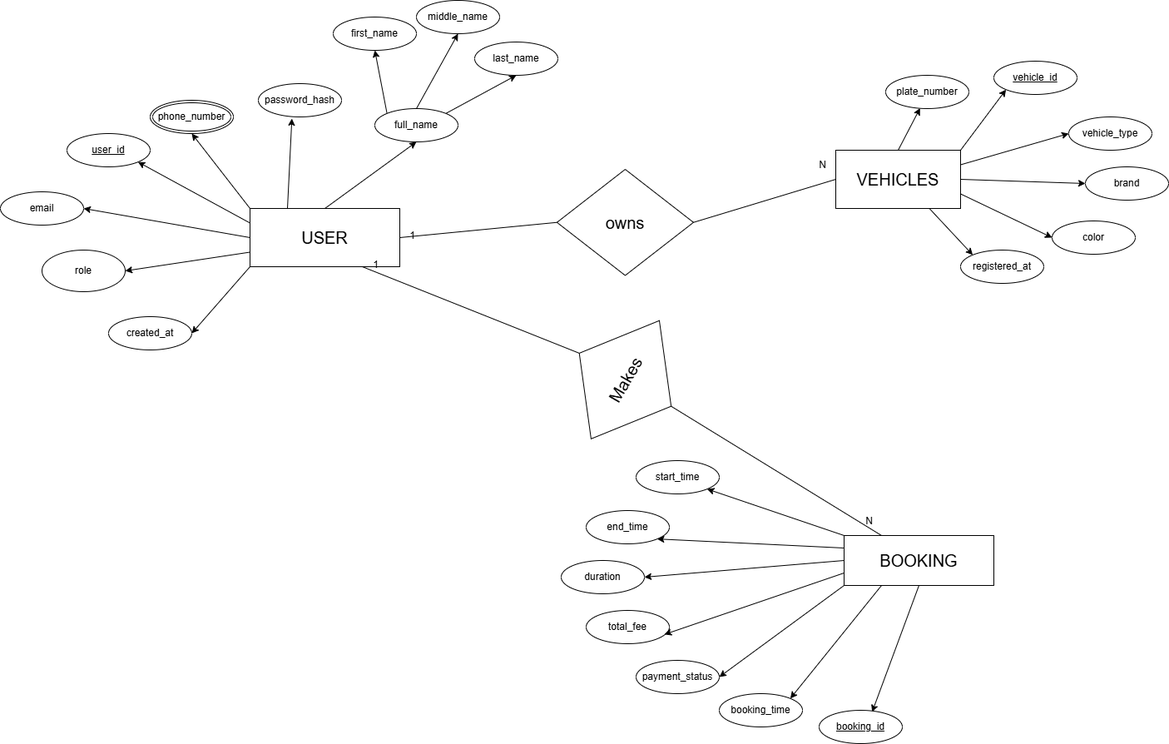
This is diagrams/erd.png from A-proG-spec/AASTU-DB-Project-Group-2, a draw.io export, as it was before one commit. Source tidied: cells renumbered, new cells last; positions are measured from the earlier drawing's top-left corner, leaving out a move shared by most shapes.
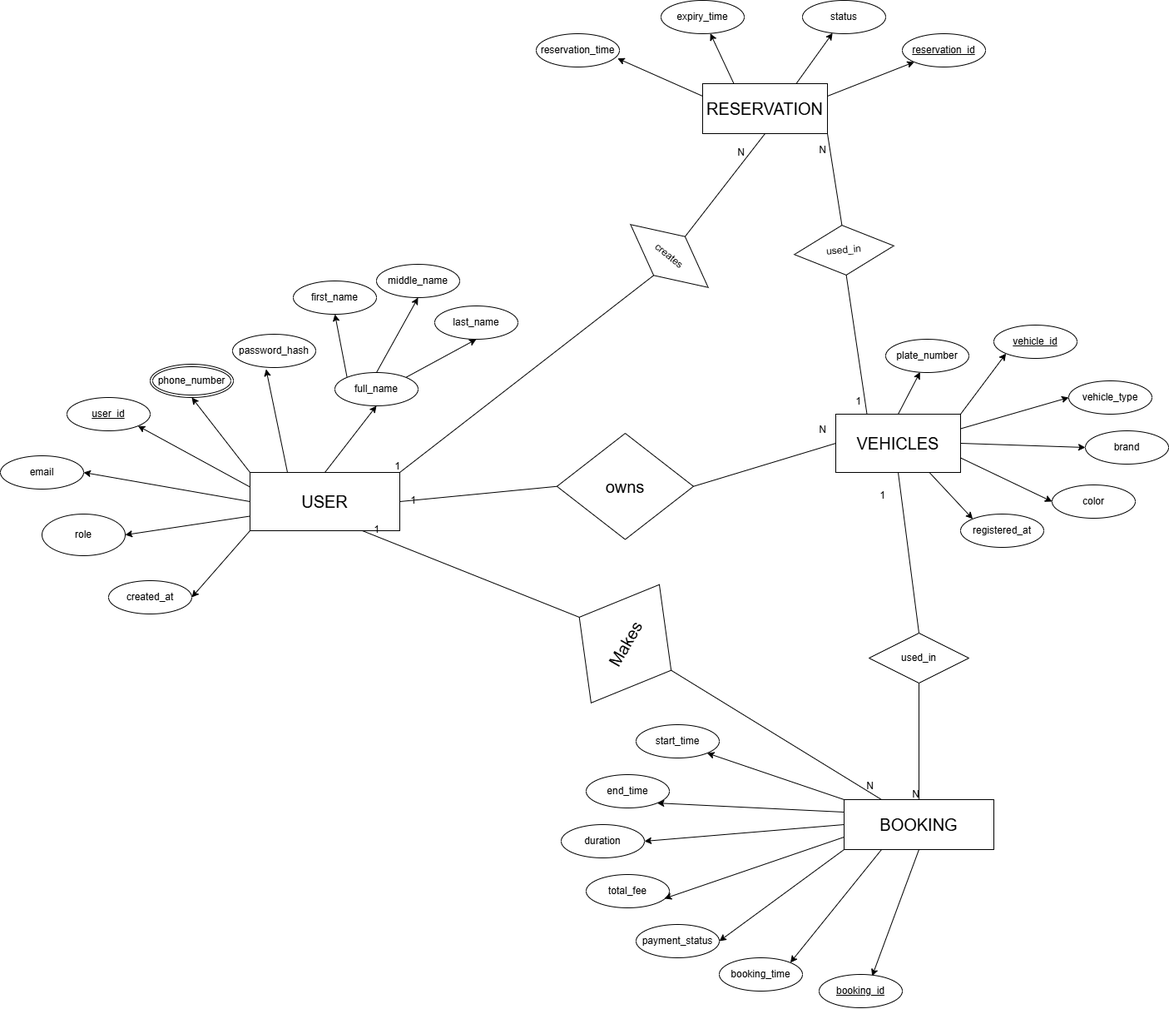
The same file after the commit.

Commit message:
added the entity reservation it's attributes and relations

What changed in the source:
```diff
@@ -78,7 +78,7 @@
       <mxGeometry x="50" y="300" width="100" height="50" as="geometry" />
     </mxCell>
     <mxCell id="27" value="password_hash" style="ellipse;whiteSpace=wrap;html=1;align=center;" parent="1" vertex="1">
-      <mxGeometry x="310" y="100" width="100" height="40" as="geometry" />
+      <mxGeometry x="279" y="84" width="100" height="40" as="geometry" />
     </mxCell>
     <mxCell id="28" style="rounded=0;jettySize=auto;html=1;exitX=0;exitY=0;exitDx=0;exitDy=0;entryX=0.5;entryY=1;entryDx=0;entryDy=0;" parent="1" edge="1" source="31" target="38">
       <mxGeometry relative="1" as="geometry" />
@@ -90,7 +90,7 @@
       <mxGeometry relative="1" as="geometry" />
     </mxCell>
     <mxCell id="31" value="full_name" style="ellipse;whiteSpace=wrap;html=1;align=center;" parent="1" vertex="1">
-      <mxGeometry x="450" y="130" width="100" height="40" as="geometry" />
+      <mxGeometry x="402" y="130" width="100" height="40" as="geometry" />
     </mxCell>
     <mxCell id="32" value="email" style="ellipse;whiteSpace=wrap;html=1;align=center;" parent="1" vertex="1">
       <mxGeometry y="230" width="100" height="40" as="geometry" />
@@ -105,13 +105,13 @@
       <mxGeometry x="180" y="120" width="100" height="40" as="geometry" />
     </mxCell>
     <mxCell id="36" value="last_name" style="ellipse;whiteSpace=wrap;html=1;align=center;" parent="1" vertex="1">
-      <mxGeometry x="570" y="50" width="100" height="40" as="geometry" />
+      <mxGeometry x="522" y="50" width="100" height="40" as="geometry" />
     </mxCell>
     <mxCell id="37" value="middle_name" style="ellipse;whiteSpace=wrap;html=1;align=center;" parent="1" vertex="1">
-      <mxGeometry x="500" width="100" height="40" as="geometry" />
+      <mxGeometry x="452" width="100" height="40" as="geometry" />
     </mxCell>
     <mxCell id="38" value="first_name" style="ellipse;whiteSpace=wrap;html=1;align=center;" parent="1" vertex="1">
-      <mxGeometry x="400" y="20" width="100" height="40" as="geometry" />
+      <mxGeometry x="352" y="20" width="100" height="40" as="geometry" />
     </mxCell>
     <mxCell id="39" style="rounded=0;jettySize=auto;html=1;exitX=1;exitY=0;exitDx=0;exitDy=0;entryX=0;entryY=1;entryDx=0;entryDy=0;" parent="1" edge="1" source="44" target="45">
       <mxGeometry relative="1" as="geometry" />
@@ -187,5 +187,85 @@
         <mxPoint x="-10" y="-10" as="offset" />
       </mxGeometry>
     </mxCell>
+    <mxCell id="61" value="used_in" style="shape=rhombus;perimeter=rhombusPerimeter;whiteSpace=wrap;html=1;align=center;" parent="1" vertex="1">
+      <mxGeometry x="1044" y="443" width="120" height="60" as="geometry" />
+    </mxCell>
+    <mxCell id="62" style="endArrow=none;html=1;rounded=0;entryX=0.5;entryY=1;entryDx=0;entryDy=0;exitX=0.5;exitY=0;exitDx=0;exitDy=0;" parent="1" edge="1" source="61" target="44">
+      <mxGeometry relative="1" as="geometry" />
+    </mxCell>
+    <mxCell id="63" value="1" style="html=1;whiteSpace=wrap;align=right;verticalAlign=bottom;" parent="62" vertex="1">
+      <mxGeometry x="1" relative="1" as="geometry">
+        <mxPoint x="-15" y="35" as="offset" />
+      </mxGeometry>
+    </mxCell>
+    <mxCell id="64" style="endArrow=none;html=1;rounded=0;entryX=0.5;entryY=0;entryDx=0;entryDy=0;exitX=0.5;exitY=1;exitDx=0;exitDy=0;" parent="1" edge="1" source="61" target="8">
+      <mxGeometry relative="1" as="geometry" />
+    </mxCell>
+    <mxCell id="65" value="N" style="html=1;whiteSpace=wrap;align=right;verticalAlign=bottom;" parent="64" vertex="1">
+      <mxGeometry x="1" relative="1" as="geometry" />
+    </mxCell>
+    <mxCell id="66" style="rounded=0;jettySize=auto;html=1;exitX=0.25;exitY=0;exitDx=0;exitDy=0;" parent="1" edge="1" source="69" target="72">
+      <mxGeometry relative="1" as="geometry" />
+    </mxCell>
+    <mxCell id="67" style="rounded=0;jettySize=auto;html=1;exitX=0.75;exitY=0;exitDx=0;exitDy=0;" parent="1" edge="1" source="69" target="71">
+      <mxGeometry relative="1" as="geometry" />
+    </mxCell>
+    <mxCell id="68" style="rounded=0;jettySize=auto;html=1;exitX=1;exitY=0.25;exitDx=0;exitDy=0;" parent="1" edge="1" source="69" target="70">
+      <mxGeometry relative="1" as="geometry" />
+    </mxCell>
+    <mxCell id="69" value="&lt;font style=&quot;font-size: 20px;&quot;&gt;RESERVATION&lt;/font&gt;" style="whiteSpace=wrap;html=1;align=center;" parent="1" vertex="1">
+      <mxGeometry x="844" y="-217" width="150" height="60" as="geometry" />
+    </mxCell>
+    <mxCell id="70" value="reservation_id" style="ellipse;whiteSpace=wrap;html=1;align=center;fontStyle=4;" parent="1" vertex="1">
+      <mxGeometry x="1084" y="-277" width="100" height="40" as="geometry" />
+    </mxCell>
+    <mxCell id="71" value="status" style="ellipse;whiteSpace=wrap;html=1;align=center;" parent="1" vertex="1">
+      <mxGeometry x="964" y="-317" width="100" height="40" as="geometry" />
+    </mxCell>
+    <mxCell id="72" value="expiry_time" style="ellipse;whiteSpace=wrap;html=1;align=center;" parent="1" vertex="1">
+      <mxGeometry x="794" y="-317" width="100" height="40" as="geometry" />
+    </mxCell>
+    <mxCell id="73" value="reservation_time" style="ellipse;whiteSpace=wrap;html=1;align=center;" parent="1" vertex="1">
+      <mxGeometry x="644" y="-277" width="100" height="40" as="geometry" />
+    </mxCell>
+    <mxCell id="74" style="rounded=0;jettySize=auto;html=1;exitX=0;exitY=0.25;exitDx=0;exitDy=0;entryX=0.977;entryY=0.742;entryDx=0;entryDy=0;entryPerimeter=0;" parent="1" edge="1" source="69" target="73">
+      <mxGeometry relative="1" as="geometry" />
+    </mxCell>
+    <mxCell id="75" value="creates" style="shape=rhombus;perimeter=rhombusPerimeter;whiteSpace=wrap;html=1;align=center;rotation=39;" parent="1" vertex="1">
+      <mxGeometry x="744" y="-40" width="120" height="60" as="geometry" />
+    </mxCell>
+    <mxCell id="76" style="endArrow=none;html=1;rounded=0;entryX=1;entryY=0;entryDx=0;entryDy=0;exitX=0.5;exitY=1;exitDx=0;exitDy=0;" parent="1" edge="1" source="75" target="23">
+      <mxGeometry relative="1" as="geometry" />
+    </mxCell>
+    <mxCell id="77" value="1" style="html=1;whiteSpace=wrap;align=right;verticalAlign=bottom;" parent="76" vertex="1">
+      <mxGeometry x="1" relative="1" as="geometry" />
+    </mxCell>
+    <mxCell id="78" style="endArrow=none;html=1;rounded=0;exitX=0.5;exitY=0;exitDx=0;exitDy=0;entryX=0.5;entryY=1;entryDx=0;entryDy=0;" parent="1" edge="1" source="75" target="69">
+      <mxGeometry relative="1" as="geometry" />
+    </mxCell>
+    <mxCell id="79" value="N" style="html=1;whiteSpace=wrap;align=right;verticalAlign=bottom;" parent="78" vertex="1">
+      <mxGeometry x="1" relative="1" as="geometry">
+        <mxPoint x="-25" y="30" as="offset" />
+      </mxGeometry>
+    </mxCell>
+    <mxCell id="80" value="used_in" style="shape=rhombus;perimeter=rhombusPerimeter;whiteSpace=wrap;html=1;align=center;rotation=-5;" parent="1" vertex="1">
+      <mxGeometry x="954" y="-47" width="120" height="60" as="geometry" />
+    </mxCell>
+    <mxCell id="81" style="endArrow=none;html=1;rounded=0;entryX=0.25;entryY=0;entryDx=0;entryDy=0;exitX=0.5;exitY=1;exitDx=0;exitDy=0;" parent="1" edge="1" source="80" target="44">
+      <mxGeometry relative="1" as="geometry" />
+    </mxCell>
+    <mxCell id="82" value="1" style="html=1;whiteSpace=wrap;align=right;verticalAlign=bottom;" parent="81" vertex="1">
+      <mxGeometry x="1" relative="1" as="geometry">
+        <mxPoint x="-7" y="-10" as="offset" />
+      </mxGeometry>
+    </mxCell>
+    <mxCell id="83" style="endArrow=none;html=1;rounded=0;entryX=1;entryY=1;entryDx=0;entryDy=0;exitX=0.5;exitY=0;exitDx=0;exitDy=0;" parent="1" edge="1" source="80" target="69">
+      <mxGeometry relative="1" as="geometry" />
+    </mxCell>
+    <mxCell id="84" value="N" style="html=1;whiteSpace=wrap;align=right;verticalAlign=bottom;" parent="83" vertex="1">
+      <mxGeometry x="1" relative="1" as="geometry">
+        <mxPoint x="-1" y="28" as="offset" />
+      </mxGeometry>
+    </mxCell>
   </root>
 </mxGraphModel>
```
